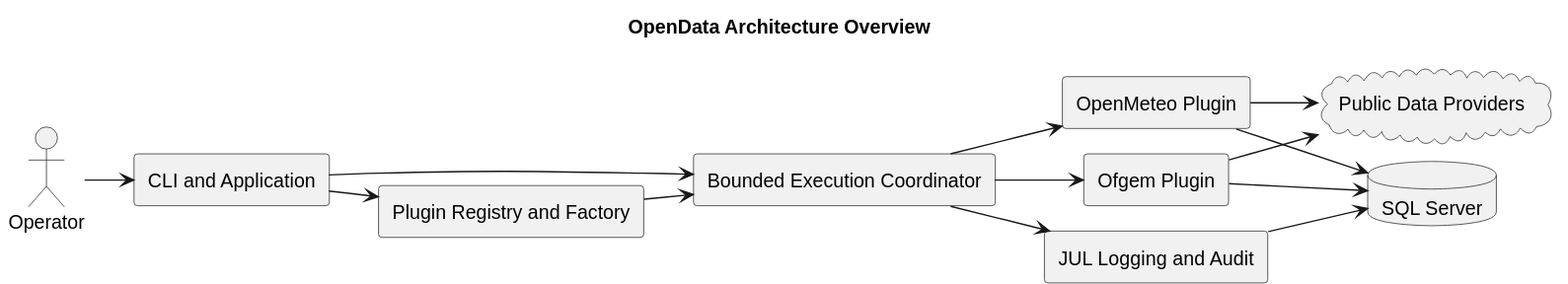
TerryCurranZellis/OpenData keeps this PlantUML diagram as docs/diagrams/generated/architecture-overview.svg. Above is the earlier version. Its source is kept beside it as docs/diagrams/source/architecture-overview.puml.
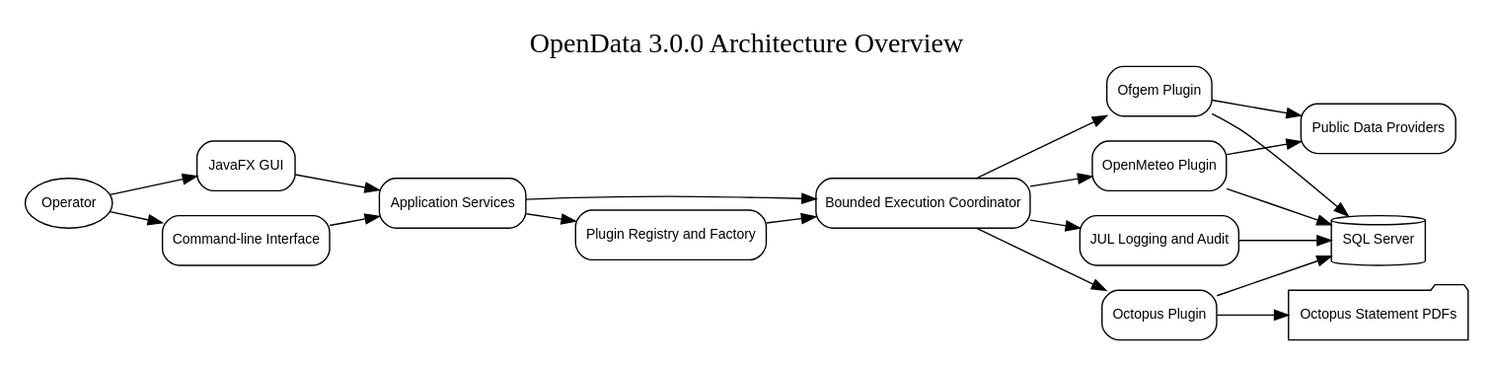
Later version of the same file.

What changed in the source:
```diff
@@ -1,29 +1,39 @@
 @startuml
 !pragma layout smetana
-title OpenData Architecture Overview
+title OpenData 3.0.0 Architecture Overview
 left to right direction
 skinparam componentStyle rectangle
 
 actor Operator
-component "CLI and Application" as App
+component "JavaFX GUI" as GUI
+component "Command-line Interface" as CLI
+component "Application Services" as App
 component "Plugin Registry and Factory" as Registry
 component "Bounded Execution Coordinator" as Coordinator
 component "Ofgem Plugin" as Ofgem
 component "OpenMeteo Plugin" as Meteo
+component "Octopus Plugin" as Octopus
 component "JUL Logging and Audit" as Audit
 cloud "Public Data Providers" as Providers
+folder "Octopus Statement PDFs" as Statements
 database "SQL Server" as Database
 
-Operator --> App
+Operator --> GUI
+Operator --> CLI
+GUI --> App
+CLI --> App
 App --> Registry
 App --> Coordinator
 Registry --> Coordinator
 Coordinator --> Ofgem
 Coordinator --> Meteo
+Coordinator --> Octopus
 Ofgem --> Providers
 Meteo --> Providers
+Octopus --> Statements
 Ofgem --> Database
 Meteo --> Database
+Octopus --> Database
 Coordinator --> Audit
 Audit --> Database
 @enduml
```
